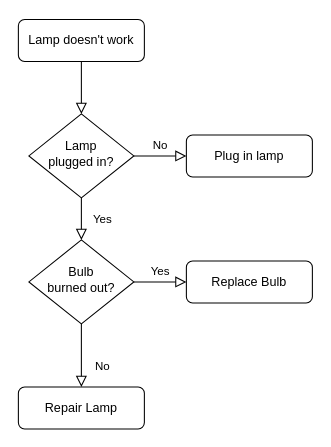
This is Untitled Diagram.drawio from LaodeGhazy/FlowChart, a draw.io file, before an edit. Source tidied: cells renumbered, new cells numbered last; positions are measured from the earlier drawing's top-left corner, leaving out a move shared by most shapes. Both pictures are drawn from the tidied source at 105%, with x=0, y=0 at pixel (18, 19).
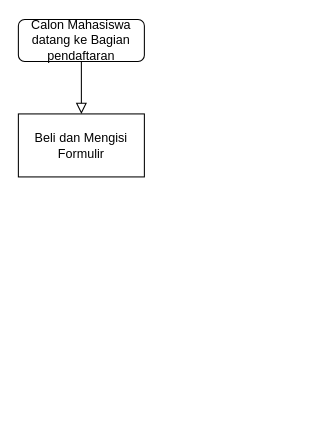
After the change.

Change to the diagram source:
```diff
@@
 <mxGraphModel>
   <root>
     <mxCell id="0" />
     <mxCell id="1" parent="0" />
-    <mxCell id="2" style="rounded=0;html=1;jettySize=auto;fontSize=11;endArrow=block;endFill=0;endSize=8;strokeWidth=1;shadow=0;labelBackgroundColor=none;edgeStyle=orthogonalEdgeStyle;" parent="1" edge="1" source="3" target="6">
-      <mxGeometry relative="1" as="geometry" />
+    <mxCell id="2" style="rounded=0;html=1;jettySize=auto;fontSize=11;endArrow=block;endFill=0;endSize=8;strokeWidth=1;shadow=0;labelBackgroundColor=none;edgeStyle=orthogonalEdgeStyle;" parent="1" edge="1" source="3">
+      <mxGeometry relative="1" as="geometry">
+        <mxPoint x="60" y="90" as="targetPoint" />
+      </mxGeometry>
     </mxCell>
-    <mxCell id="3" value="Lamp doesn't work" style="rounded=1;whiteSpace=wrap;html=1;fontSize=12;glass=0;strokeWidth=1;shadow=0;" parent="1" vertex="1">
+    <mxCell id="3" value="Calon Mahasiswa datang ke Bagian pendaftaran" style="rounded=1;whiteSpace=wrap;html=1;fontSize=12;glass=0;strokeWidth=1;shadow=0;" parent="1" vertex="1">
       <mxGeometry width="120" height="40" as="geometry" />
     </mxCell>
-    <mxCell id="4" value="Yes" style="rounded=0;html=1;jettySize=auto;fontSize=11;endArrow=block;endFill=0;endSize=8;strokeWidth=1;shadow=0;labelBackgroundColor=none;edgeStyle=orthogonalEdgeStyle;" parent="1" edge="1" source="6" target="10">
-      <mxGeometry y="20" relative="1" as="geometry" />
-    </mxCell>
-    <mxCell id="5" value="No" style="edgeStyle=orthogonalEdgeStyle;rounded=0;html=1;jettySize=auto;fontSize=11;endArrow=block;endFill=0;endSize=8;strokeWidth=1;shadow=0;labelBackgroundColor=none;" parent="1" edge="1" source="6" target="7">
-      <mxGeometry y="10" relative="1" as="geometry" />
-    </mxCell>
-    <mxCell id="6" value="Lamp&lt;br&gt;plugged in?" style="rhombus;whiteSpace=wrap;html=1;shadow=0;fontFamily=Helvetica;fontSize=12;align=center;strokeWidth=1;spacing=6;spacingTop=-4;" parent="1" vertex="1">
-      <mxGeometry x="10" y="90" width="100" height="80" as="geometry" />
-    </mxCell>
-    <mxCell id="7" value="Plug in lamp" style="rounded=1;whiteSpace=wrap;html=1;fontSize=12;glass=0;strokeWidth=1;shadow=0;" parent="1" vertex="1">
-      <mxGeometry x="160" y="110" width="120" height="40" as="geometry" />
-    </mxCell>
-    <mxCell id="8" value="No" style="rounded=0;html=1;jettySize=auto;fontSize=11;endArrow=block;endFill=0;endSize=8;strokeWidth=1;shadow=0;labelBackgroundColor=none;edgeStyle=orthogonalEdgeStyle;" parent="1" edge="1" source="10" target="11">
-      <mxGeometry x="0.33" y="20" relative="1" as="geometry" />
-    </mxCell>
-    <mxCell id="9" value="Yes" style="edgeStyle=orthogonalEdgeStyle;rounded=0;html=1;jettySize=auto;fontSize=11;endArrow=block;endFill=0;endSize=8;strokeWidth=1;shadow=0;labelBackgroundColor=none;" parent="1" edge="1" source="10" target="12">
-      <mxGeometry y="10" relative="1" as="geometry" />
-    </mxCell>
-    <mxCell id="10" value="Bulb&lt;br&gt;burned out?" style="rhombus;whiteSpace=wrap;html=1;shadow=0;fontFamily=Helvetica;fontSize=12;align=center;strokeWidth=1;spacing=6;spacingTop=-4;" parent="1" vertex="1">
-      <mxGeometry x="10" y="210" width="100" height="80" as="geometry" />
-    </mxCell>
-    <mxCell id="11" value="Repair Lamp" style="rounded=1;whiteSpace=wrap;html=1;fontSize=12;glass=0;strokeWidth=1;shadow=0;" parent="1" vertex="1">
-      <mxGeometry y="350" width="120" height="40" as="geometry" />
-    </mxCell>
-    <mxCell id="12" value="Replace Bulb" style="rounded=1;whiteSpace=wrap;html=1;fontSize=12;glass=0;strokeWidth=1;shadow=0;" parent="1" vertex="1">
-      <mxGeometry x="160" y="230" width="120" height="40" as="geometry" />
-    </mxCell>
+    <mxCell id="13" value="Beli dan Mengisi Formulir" style="rounded=0;whiteSpace=wrap;html=1;" parent="1" vertex="1">
+      <mxGeometry y="90" width="120" height="60" as="geometry" />
+    </mxCell>
   </root>
 </mxGraphModel>
```
